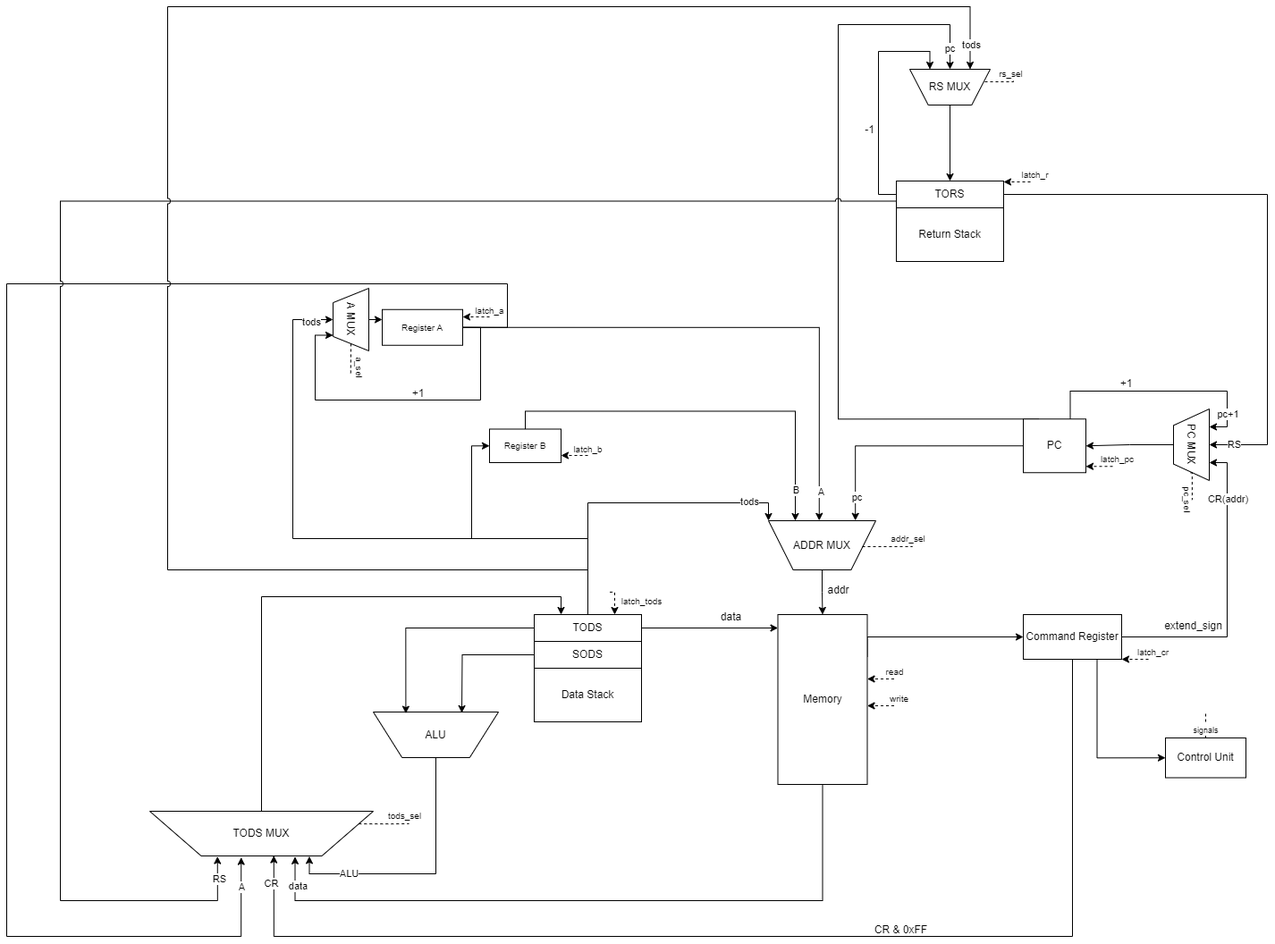
Above: schemes-3lab.drawio.png in kaysiodl/ITMO (draw.io), before the change. Source tidied: cells renumbered, new cells last; positions are measured from the earlier drawing's top-left corner, leaving out a move shared by most shapes.
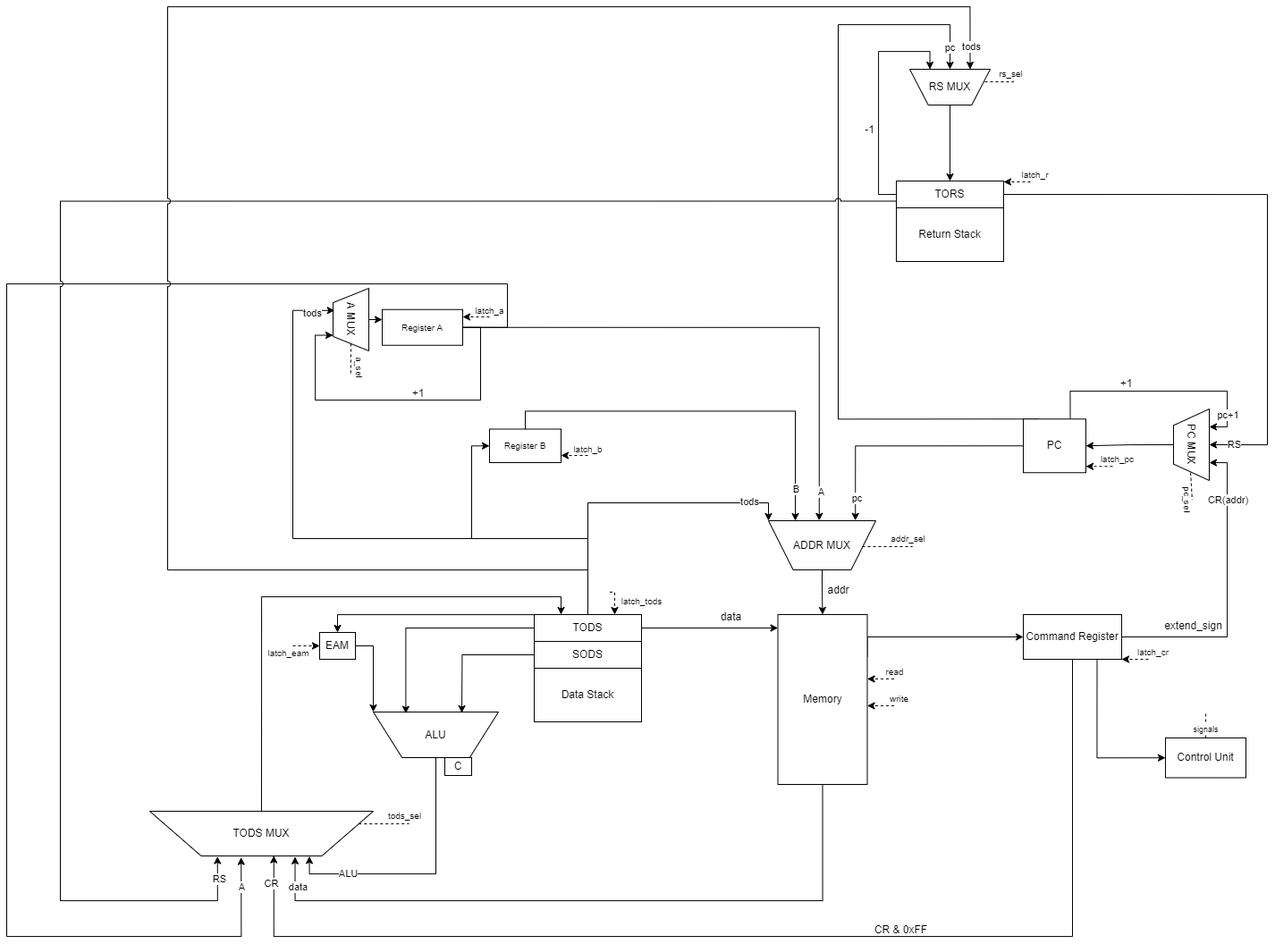
Above is the later version.

What changed in the source:
```diff
@@ -206,14 +206,13 @@
     <mxCell id="52" value="extend_sign" style="text;html=1;align=center;verticalAlign=middle;strokeColor=none;fillColor=none;" parent="1" vertex="1">
       <mxGeometry x="1282" y="678" width="90" height="30" as="geometry" />
     </mxCell>
-    <mxCell id="53" style="edgeStyle=orthogonalEdgeStyle;rounded=0;orthogonalLoop=1;jettySize=auto;html=1;exitX=0.5;exitY=0;exitDx=0;exitDy=0;entryX=0.5;entryY=1;entryDx=0;entryDy=0;" parent="1" edge="1">
+    <mxCell id="53" style="edgeStyle=orthogonalEdgeStyle;rounded=0;jettySize=auto;html=1;exitX=0.5;exitY=0;exitDx=0;exitDy=0;entryX=0.354;entryY=0.044;entryDx=0;entryDy=0;entryPerimeter=0;" parent="1" edge="1" target="20">
       <mxGeometry relative="1" as="geometry">
         <mxPoint x="650" y="680" as="sourcePoint" />
-        <mxPoint x="365" y="350" as="targetPoint" />
         <Array as="points">
           <mxPoint x="650" y="595" />
           <mxPoint x="320" y="595" />
-          <mxPoint x="320" y="350" />
+          <mxPoint x="320" y="340" />
         </Array>
       </mxGeometry>
     </mxCell>
@@ -423,5 +422,30 @@
     <mxCell id="100" value="Control Unit" style="rounded=0;whiteSpace=wrap;html=1;" parent="1" vertex="1">
       <mxGeometry x="1296" y="818" width="90" height="44.5" as="geometry" />
     </mxCell>
+    <mxCell id="101" value="C" style="whiteSpace=wrap;html=1;" parent="1" vertex="1">
+      <mxGeometry x="490" y="840" width="30" height="20" as="geometry" />
+    </mxCell>
+    <mxCell id="102" style="edgeStyle=orthogonalEdgeStyle;rounded=0;jettySize=auto;html=1;entryX=0;entryY=0.5;entryDx=0;entryDy=0;dashed=1;" parent="1" edge="1" target="104">
+      <mxGeometry relative="1" as="geometry">
+        <mxPoint x="320" y="715" as="sourcePoint" />
+      </mxGeometry>
+    </mxCell>
+    <mxCell id="103" style="edgeStyle=orthogonalEdgeStyle;rounded=0;jettySize=auto;html=1;exitX=1;exitY=0.5;exitDx=0;exitDy=0;entryX=0;entryY=0;entryDx=0;entryDy=0;" parent="1" edge="1" source="104" target="10">
+      <mxGeometry relative="1" as="geometry" />
+    </mxCell>
+    <mxCell id="104" value="EAM" style="whiteSpace=wrap;html=1;" parent="1" vertex="1">
+      <mxGeometry x="350" y="700" width="40" height="30" as="geometry" />
+    </mxCell>
+    <mxCell id="105" style="edgeStyle=orthogonalEdgeStyle;rounded=0;jettySize=auto;html=1;exitX=0;exitY=0.25;exitDx=0;exitDy=0;entryX=0.5;entryY=0;entryDx=0;entryDy=0;" parent="1" edge="1" source="15" target="104">
+      <mxGeometry relative="1" as="geometry">
+        <Array as="points">
+          <mxPoint x="590" y="680" />
+          <mxPoint x="370" y="680" />
+        </Array>
+      </mxGeometry>
+    </mxCell>
+    <mxCell id="106" value="&lt;font style=&quot;font-size: 10px;&quot;&gt;latch_eam&lt;/font&gt;" style="text;html=1;align=center;verticalAlign=middle;strokeColor=none;fillColor=none;" parent="1" vertex="1">
+      <mxGeometry x="280" y="708" width="70" height="30" as="geometry" />
+    </mxCell>
   </root>
 </mxGraphModel>
```
